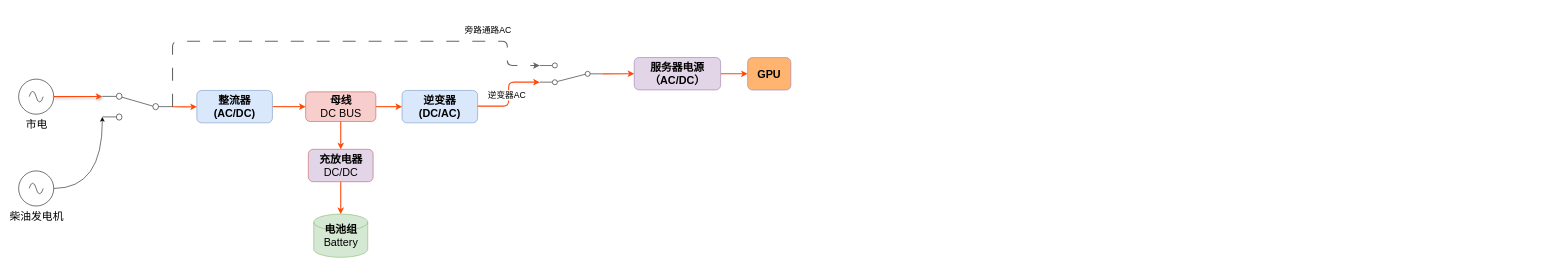
The draw.io diagram page "数据中心工作模式-SST-DC" (8 of 8) of SST系统软件架构.drawio in gscaszhou/Graph, before the edit. Source tidied: cells renumbered, new cells numbered last; positions are measured from the earlier drawing's top-left corner, leaving out a move shared by most shapes. Both pictures are drawn from the tidied source at 54%, with x=0, y=0 at pixel (18, 41). Pictures stored in the file or linked from it are replaced by grey dashed boxes.
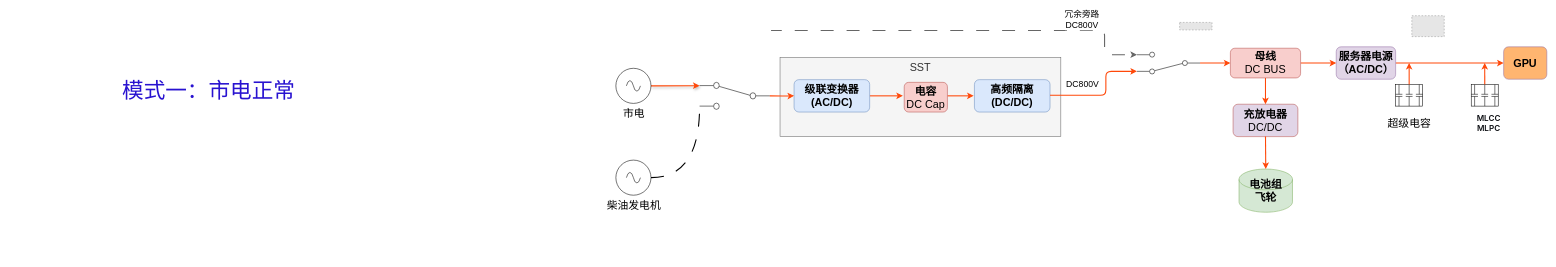
After the change.

The edit, as a diff of the source:
```diff
@@
-    <mxCell id="2" style="group;" parent="1" vertex="1">
-      <mxGeometry width="1430" height="400" as="geometry" />
-    </mxCell>
-    <mxCell id="3" style="edgeStyle=none;rounded=0;jettySize=auto;html=1;exitX=1;exitY=0.5;exitDx=0;exitDy=0;entryX=0;entryY=0.5;entryDx=0;entryDy=0;strokeWidth=2;strokeColor=#FF4809;flowAnimation=1;" parent="2" edge="1" source="4" target="23">
-      <mxGeometry relative="1" as="geometry" />
-    </mxCell>
-    <mxCell id="4" value="&lt;b&gt;&lt;font style=&quot;font-size: 20px;&quot;&gt;整流器 (AC/DC)&lt;/font&gt;&lt;/b&gt;" style="rounded=1;whiteSpace=wrap;html=1;fillColor=#dae8fc;strokeColor=#6c8ebf;html=1;" parent="2" vertex="1">
-      <mxGeometry x="330" y="91" width="140" height="60" as="geometry" />
-    </mxCell>
-    <mxCell id="5" value="&lt;b&gt;&lt;font style=&quot;font-size: 20px;&quot;&gt;逆变器 (DC/AC)&lt;/font&gt;&lt;/b&gt;" style="rounded=1;whiteSpace=wrap;html=1;fillColor=#dae8fc;strokeColor=#6c8ebf;html=1;" parent="2" vertex="1">
-      <mxGeometry x="710" y="91" width="140" height="60" as="geometry" />
-    </mxCell>
+    <mxCell id="25" value="&lt;font&gt;SST&lt;/font&gt;" style="whiteSpace=wrap;html=1;fillColor=#f5f5f5;fontColor=#333333;strokeColor=#666666;verticalAlign=top;fontSize=20;" parent="1" vertex="1">
+      <mxGeometry x="1410" y="30" width="520" height="146.5" as="geometry" />
+    </mxCell>
+    <mxCell id="26" value="&lt;font style=&quot;font-size: 40px;&quot;&gt;模式一：市电正常&lt;/font&gt;" style="text;html=1;whiteSpace=wrap;strokeColor=none;fillColor=none;align=left;verticalAlign=middle;rounded=0;labelBackgroundColor=default;textShadow=0;fontColor=#2812D0;" parent="1" vertex="1">
+      <mxGeometry x="190" y="56" width="640" height="70" as="geometry" />
+    </mxCell>
+    <mxCell id="27" style="edgeStyle=none;rounded=0;jettySize=auto;html=1;exitX=1;exitY=0.5;exitDx=0;exitDy=0;entryX=0;entryY=0.5;entryDx=0;entryDy=0;strokeWidth=2;strokeColor=#FF4809;flowAnimation=1;" parent="1" edge="1" source="28">
+      <mxGeometry relative="1" as="geometry">
+        <mxPoint x="1637.5" y="101" as="targetPoint" />
+      </mxGeometry>
+    </mxCell>
+    <mxCell id="28" value="&lt;b&gt;&lt;font style=&quot;font-size: 20px;&quot;&gt;级联变换器 (AC/DC)&lt;/font&gt;&lt;/b&gt;" style="rounded=1;whiteSpace=wrap;html=1;fillColor=#dae8fc;strokeColor=#6c8ebf;html=1;" parent="1" vertex="1">
+      <mxGeometry x="1436" y="71" width="140" height="60" as="geometry" />
+    </mxCell>
+    <mxCell id="29" value="&lt;b&gt;&lt;font style=&quot;font-size: 20px;&quot;&gt;高频隔离 (DC/DC)&lt;/font&gt;&lt;/b&gt;" style="rounded=1;whiteSpace=wrap;html=1;fillColor=#dae8fc;strokeColor=#6c8ebf;html=1;" parent="1" vertex="1">
+      <mxGeometry x="1770" y="71" width="140" height="60" as="geometry" />
+    </mxCell>
-    <mxCell id="6" style="edgeStyle=none;rounded=0;jettySize=auto;html=1;exitX=1;exitY=0.5;exitDx=0;exitDy=0;entryX=0;entryY=0.5;entryDx=0;entryDy=0;strokeWidth=2;strokeColor=#FF4809;flowAnimation=1;" parent="2" edge="1" source="7" target="17">
+    <mxCell id="6" style="edgeStyle=none;rounded=0;jettySize=auto;html=1;exitX=1;exitY=0.5;exitDx=0;exitDy=0;entryX=0;entryY=0.5;entryDx=0;entryDy=0;strokeWidth=2;strokeColor=#FF4809;flowAnimation=1;" parent="1" edge="1" source="7" target="17">
       <mxGeometry relative="1" as="geometry" />
     </mxCell>
-    <mxCell id="7" value="&lt;b&gt;&lt;font style=&quot;font-size: 20px;&quot;&gt;服务器电源（AC/DC）&lt;/font&gt;&lt;/b&gt;" style="rounded=1;whiteSpace=wrap;html=1;fillColor=#e1d5e7;strokeColor=#9673a6;html=1;" parent="2" vertex="1">
-      <mxGeometry x="1140" y="30" width="160" height="60" as="geometry" />
+    <mxCell id="7" value="&lt;b&gt;&lt;font style=&quot;font-size: 20px;&quot;&gt;服务器电源（AC/DC）&lt;/font&gt;&lt;/b&gt;" style="rounded=1;whiteSpace=wrap;html=1;fillColor=#e1d5e7;strokeColor=#9673a6;html=1;" parent="1" vertex="1">
+      <mxGeometry x="2440" y="10.2" width="110" height="60" as="geometry" />
     </mxCell>
-    <mxCell id="8" value="&lt;font style=&quot;font-size: 16px;&quot;&gt;旁路通路AC&lt;/font&gt;" style="edgeStyle=orthogonalEdgeStyle;rounded=1;html=1;strokeWidth=2;strokeColor=#666666;entryX=1;entryY=0.88;entryDx=0;entryDy=0;exitX=0;exitY=0.5;exitDx=0;exitDy=0;dashed=1;dashPattern=12 12;" parent="2" edge="1" target="15">
-      <mxGeometry x="0.67" y="20" relative="1" as="geometry">
-        <mxPoint x="285" y="121.1" as="sourcePoint" />
-        <Array as="points">
-          <mxPoint x="285" />
-          <mxPoint x="905" />
-          <mxPoint x="905" y="44.9" />
-        </Array>
-        <mxPoint x="-1" as="offset" />
-      </mxGeometry>
-    </mxCell>
-    <mxCell id="9" value="&lt;font style=&quot;font-size: 16px;&quot;&gt;逆变器AC&lt;/font&gt;" style="edgeStyle=orthogonalEdgeStyle;rounded=1;html=1;strokeWidth=2;entryX=1;entryY=0.12;entryDx=0;entryDy=0;flowAnimation=1;strokeColor=#FF4809;" parent="2" edge="1" source="5" target="15">
-      <mxGeometry x="-0.32" y="20" relative="1" as="geometry">
-        <Array as="points">
-          <mxPoint x="907.4" y="120" />
-        </Array>
-      </mxGeometry>
-    </mxCell>
-    <mxCell id="10" style="edgeStyle=orthogonalEdgeStyle;rounded=0;jettySize=auto;html=1;exitX=1;exitY=0.5;exitDx=0;exitDy=0;exitPerimeter=0;entryX=1;entryY=0.88;entryDx=0;entryDy=0;curved=1;flowAnimation=1;shadow=1;strokeWidth=2;strokeColor=#FF4809;" parent="2" edge="1" source="11">
-      <mxGeometry relative="1" as="geometry">
-        <mxPoint x="155" y="102.1" as="targetPoint" />
-      </mxGeometry>
-    </mxCell>
+    <mxCell id="30" value="&lt;font style=&quot;font-size: 16px;&quot;&gt;冗余旁路&lt;/font&gt;&lt;div&gt;&lt;font style=&quot;font-size: 16px;&quot;&gt;DC800V&lt;/font&gt;&lt;/div&gt;" style="edgeStyle=orthogonalEdgeStyle;rounded=1;html=1;strokeWidth=2;strokeColor=#666666;entryX=1;entryY=0.88;entryDx=0;entryDy=0;dashed=1;dashPattern=12 12;" parent="1" edge="1" target="35">
+      <mxGeometry x="0.6" y="20" relative="1" as="geometry">
+        <mxPoint x="1400" y="-20" as="sourcePoint" />
+        <Array as="points">
+          <mxPoint x="1391" y="-20" />
+          <mxPoint x="2011" y="-20" />
+          <mxPoint x="2011" y="24.9" />
+        </Array>
+      </mxGeometry>
+    </mxCell>
+    <mxCell id="31" value="&lt;span style=&quot;font-size: 16px;&quot;&gt;DC800V&lt;/span&gt;" style="edgeStyle=orthogonalEdgeStyle;rounded=1;html=1;strokeWidth=2;entryX=1;entryY=0.12;entryDx=0;entryDy=0;flowAnimation=1;strokeColor=#FF4809;" parent="1" edge="1" source="29" target="35">
+      <mxGeometry x="-0.42" y="20" relative="1" as="geometry">
+        <Array as="points">
+          <mxPoint x="2013.4" y="100" />
+        </Array>
+      </mxGeometry>
+    </mxCell>
+    <mxCell id="32" style="edgeStyle=orthogonalEdgeStyle;rounded=0;jettySize=auto;html=1;exitX=1;exitY=0.5;exitDx=0;exitDy=0;exitPerimeter=0;entryX=1;entryY=0.88;entryDx=0;entryDy=0;curved=1;flowAnimation=1;shadow=1;strokeWidth=2;strokeColor=#FF4809;" parent="1" edge="1" source="11">
+      <mxGeometry relative="1" as="geometry">
+        <mxPoint x="1261" y="82.1" as="targetPoint" />
+      </mxGeometry>
+    </mxCell>
-    <mxCell id="11" value="市电" style="verticalLabelPosition=bottom;shadow=0;dashed=0;align=center;html=1;verticalAlign=top;shape=mxgraph.electrical.signal_sources.source;points=[[0.5,0,0],[1,0.5,0],[0.5,1,0],[0,0.5,0]];elSignalType=ac;fontSize=20;" parent="2" vertex="1">
-      <mxGeometry y="70" width="65" height="65" as="geometry" />
+    <mxCell id="11" value="市电" style="verticalLabelPosition=bottom;shadow=0;dashed=0;align=center;html=1;verticalAlign=top;shape=mxgraph.electrical.signal_sources.source;points=[[0.5,0,0],[1,0.5,0],[0.5,1,0],[0,0.5,0]];elSignalType=ac;fontSize=20;" parent="1" vertex="1">
+      <mxGeometry x="1106" y="50" width="65" height="65" as="geometry" />
     </mxCell>
-    <mxCell id="12" style="edgeStyle=orthogonalEdgeStyle;rounded=0;jettySize=auto;html=1;exitX=1;exitY=0.5;exitDx=0;exitDy=0;exitPerimeter=0;entryX=1;entryY=0.12;entryDx=0;entryDy=0;curved=1;" parent="2" edge="1" source="13">
-      <mxGeometry relative="1" as="geometry">
-        <mxPoint x="155" y="140.1" as="targetPoint" />
-      </mxGeometry>
-    </mxCell>
+    <mxCell id="33" style="edgeStyle=orthogonalEdgeStyle;rounded=0;jettySize=auto;html=1;exitX=1;exitY=0.5;exitDx=0;exitDy=0;exitPerimeter=0;entryX=1;entryY=0.12;entryDx=0;entryDy=0;curved=1;strokeWidth=2;dashed=1;dashPattern=12 12;endArrow=none;endFill=0;" parent="1" edge="1" source="13">
+      <mxGeometry relative="1" as="geometry">
+        <mxPoint x="1261" y="120.1" as="targetPoint" />
+      </mxGeometry>
+    </mxCell>
-    <mxCell id="13" value="&lt;font style=&quot;font-size: 20px;&quot;&gt;柴油发电机&lt;/font&gt;" style="verticalLabelPosition=bottom;shadow=0;dashed=0;align=center;html=1;verticalAlign=top;shape=mxgraph.electrical.signal_sources.source;points=[[0.5,0,0],[1,0.5,0],[0.5,1,0],[0,0.5,0]];elSignalType=ac;" parent="2" vertex="1">
-      <mxGeometry y="240" width="65" height="65" as="geometry" />
+    <mxCell id="13" value="&lt;font style=&quot;font-size: 20px;&quot;&gt;柴油发电机&lt;/font&gt;" style="verticalLabelPosition=bottom;shadow=0;dashed=0;align=center;html=1;verticalAlign=top;shape=mxgraph.electrical.signal_sources.source;points=[[0.5,0,0],[1,0.5,0],[0.5,1,0],[0,0.5,0]];elSignalType=ac;" parent="1" vertex="1">
+      <mxGeometry x="1106" y="220" width="65" height="65" as="geometry" />
     </mxCell>
-    <mxCell id="14" style="edgeStyle=none;rounded=0;jettySize=auto;html=1;exitX=0;exitY=0.5;exitDx=0;exitDy=0;entryX=0;entryY=0.5;entryDx=0;entryDy=0;flowAnimation=1;strokeWidth=2;strokeColor=#FF4809;" parent="2" edge="1" source="15" target="7">
-      <mxGeometry relative="1" as="geometry" />
-    </mxCell>
-    <mxCell id="15" style="html=1;shape=mxgraph.electrical.electro-mechanical.twoWaySwitch;elSwitchState=2;direction=west;" parent="2" vertex="1">
-      <mxGeometry x="965" y="40" width="116.8" height="40.5" as="geometry" />
-    </mxCell>
-    <mxCell id="16" style="edgeStyle=orthogonalEdgeStyle;rounded=0;jettySize=auto;html=1;exitX=0;exitY=0.5;exitDx=0;exitDy=0;entryX=0;entryY=0.5;entryDx=0;entryDy=0;curved=1;strokeWidth=2;flowAnimation=1;strokeColor=#FF4809;" parent="2" edge="1" target="4">
-      <mxGeometry relative="1" as="geometry">
-        <mxPoint x="285" y="121.1" as="sourcePoint" />
-      </mxGeometry>
-    </mxCell>
+    <mxCell id="34" style="edgeStyle=none;rounded=0;jettySize=auto;html=1;exitX=0;exitY=0.5;exitDx=0;exitDy=0;entryX=0;entryY=0.5;entryDx=0;entryDy=0;flowAnimation=1;strokeWidth=2;strokeColor=#FF4809;" parent="1" edge="1" source="35" target="23">
+      <mxGeometry relative="1" as="geometry" />
+    </mxCell>
+    <mxCell id="35" style="html=1;shape=mxgraph.electrical.electro-mechanical.twoWaySwitch;elSwitchState=2;direction=west;" parent="1" vertex="1">
+      <mxGeometry x="2071" y="20" width="116.8" height="40.5" as="geometry" />
+    </mxCell>
+    <mxCell id="36" style="edgeStyle=orthogonalEdgeStyle;rounded=0;jettySize=auto;html=1;exitX=0;exitY=0.5;exitDx=0;exitDy=0;entryX=0;entryY=0.5;entryDx=0;entryDy=0;curved=1;strokeWidth=2;flowAnimation=1;strokeColor=#FF4809;" parent="1" edge="1" target="28">
+      <mxGeometry relative="1" as="geometry">
+        <mxPoint x="1391" y="101.1" as="sourcePoint" />
+      </mxGeometry>
+    </mxCell>
-    <mxCell id="17" value="&lt;b&gt;&lt;font style=&quot;font-size: 20px;&quot;&gt;GPU&lt;/font&gt;&lt;/b&gt;" style="rounded=1;whiteSpace=wrap;html=1;fillColor=#FFB570;strokeColor=#9673a6;html=1;" parent="2" vertex="1">
-      <mxGeometry x="1350" y="30.2" width="80" height="60" as="geometry" />
+    <mxCell id="17" value="&lt;b&gt;&lt;font style=&quot;font-size: 20px;&quot;&gt;GPU&lt;/font&gt;&lt;/b&gt;" style="rounded=1;whiteSpace=wrap;html=1;fillColor=#FFB570;strokeColor=#9673a6;html=1;" parent="1" vertex="1">
+      <mxGeometry x="2750" y="10.2" width="80" height="60" as="geometry" />
     </mxCell>
-    <mxCell id="18" style="html=1;shape=mxgraph.electrical.electro-mechanical.twoWaySwitch;elSwitchState=2;direction=west;flipV=1;legacyAnchorPoints=0;" parent="2" vertex="1">
-      <mxGeometry x="155" y="96" width="130" height="50" as="geometry" />
-    </mxCell>
-    <mxCell id="19" value="&lt;font style=&quot;font-size: 20px;&quot;&gt;&lt;b&gt;电池组&lt;/b&gt;&lt;br&gt;Battery&lt;/font&gt;" style="shape=cylinder3;whiteSpace=wrap;html=1;fillColor=#d5e8d4;strokeColor=#82b366;" parent="2" vertex="1">
-      <mxGeometry x="546.5" y="320" width="100" height="80" as="geometry" />
-    </mxCell>
+    <mxCell id="37" style="html=1;shape=mxgraph.electrical.electro-mechanical.twoWaySwitch;elSwitchState=2;direction=west;flipV=1;legacyAnchorPoints=0;" parent="1" vertex="1">
+      <mxGeometry x="1261" y="76" width="130" height="50" as="geometry" />
+    </mxCell>
+    <mxCell id="38" style="edgeStyle=none;rounded=0;orthogonalLoop=1;jettySize=auto;html=1;exitX=1;exitY=0.5;exitDx=0;exitDy=0;strokeWidth=2;strokeColor=#FF4809;flowAnimation=1;" parent="1" edge="1">
+      <mxGeometry relative="1" as="geometry">
+        <mxPoint x="1720" y="101" as="sourcePoint" />
+        <mxPoint x="1768.5" y="101" as="targetPoint" />
+      </mxGeometry>
+    </mxCell>
+    <mxCell id="39" value="&lt;font style=&quot;font-size: 20px;&quot;&gt;&lt;b&gt;电池组&lt;/b&gt;&lt;/font&gt;&lt;div&gt;&lt;font style=&quot;font-size: 20px;&quot;&gt;&lt;b&gt;飞轮&lt;/b&gt;&lt;br&gt;&lt;/font&gt;&lt;/div&gt;" style="shape=cylinder3;whiteSpace=wrap;html=1;fillColor=#d5e8d4;strokeColor=#82b366;size=19.250083923339844;" parent="1" vertex="1">
+      <mxGeometry x="2260" y="236.5" width="99" height="80" as="geometry" />
+    </mxCell>
-    <mxCell id="20" value="&lt;font style=&quot;font-size: 20px;&quot;&gt;&lt;b&gt;充放电器&lt;/b&gt;&lt;br&gt;DC/DC&lt;/font&gt;" style="rounded=1;whiteSpace=wrap;html=1;fillColor=#e1d5e7;strokeColor=#b85450;" parent="2" vertex="1">
-      <mxGeometry x="536.5" y="200" width="120" height="60" as="geometry" />
+    <mxCell id="20" value="&lt;font style=&quot;font-size: 20px;&quot;&gt;&lt;b&gt;充放电器&lt;/b&gt;&lt;br&gt;DC/DC&lt;/font&gt;" style="rounded=1;whiteSpace=wrap;html=1;fillColor=#e1d5e7;strokeColor=#b85450;" parent="1" vertex="1">
+      <mxGeometry x="2249" y="116.5" width="120" height="60" as="geometry" />
     </mxCell>
-    <mxCell id="21" style="edgeStyle=none;rounded=0;jettySize=auto;html=1;exitX=1;exitY=0.5;exitDx=0;exitDy=0;entryX=0;entryY=0.5;entryDx=0;entryDy=0;strokeWidth=2;strokeColor=#FF4809;flowAnimation=1;" parent="2" edge="1" source="23" target="5">
-      <mxGeometry relative="1" as="geometry" />
-    </mxCell>
-    <mxCell id="22" style="edgeStyle=none;rounded=0;jettySize=auto;html=1;exitX=0.5;exitY=1;exitDx=0;exitDy=0;entryX=0.5;entryY=0;entryDx=0;entryDy=0;strokeWidth=2;strokeColor=#FF4809;flowAnimation=1;" parent="2" edge="1" source="23" target="20">
+    <mxCell id="22" style="edgeStyle=none;rounded=0;jettySize=auto;html=1;exitX=0.5;exitY=1;exitDx=0;exitDy=0;entryX=0.5;entryY=0;entryDx=0;entryDy=0;strokeWidth=2;strokeColor=#FF4809;flowAnimation=1;" parent="1" edge="1" source="23" target="20">
       <mxGeometry relative="1" as="geometry" />
     </mxCell>
+    <mxCell id="40" style="edgeStyle=none;rounded=0;jettySize=auto;html=1;exitX=1;exitY=0.5;exitDx=0;exitDy=0;entryX=0;entryY=0.5;entryDx=0;entryDy=0;strokeColor=#FF4809;strokeWidth=2;align=center;verticalAlign=middle;fontFamily=Helvetica;fontSize=11;fontColor=default;labelBackgroundColor=default;endArrow=classic;flowAnimation=1;" parent="1" edge="1" source="23" target="7">
+      <mxGeometry relative="1" as="geometry" />
+    </mxCell>
-    <mxCell id="23" value="&lt;font style=&quot;font-size: 20px;&quot;&gt;&lt;b&gt;母线&lt;/b&gt;&lt;br&gt;DC BUS&lt;/font&gt;" style="rounded=1;whiteSpace=wrap;html=1;fillColor=#f8cecc;strokeColor=#b85450;" parent="2" vertex="1">
-      <mxGeometry x="531.5" y="93.5" width="130" height="55" as="geometry" />
+    <mxCell id="23" value="&lt;font style=&quot;font-size: 20px;&quot;&gt;&lt;b&gt;母线&lt;/b&gt;&lt;br&gt;DC BUS&lt;/font&gt;" style="rounded=1;whiteSpace=wrap;html=1;fillColor=#f8cecc;strokeColor=#b85450;" parent="1" vertex="1">
+      <mxGeometry x="2244" y="12.8" width="130" height="55" as="geometry" />
     </mxCell>
-    <mxCell id="24" style="edgeStyle=none;rounded=0;jettySize=auto;html=1;exitX=0.5;exitY=1;exitDx=0;exitDy=0;entryX=0.5;entryY=0;entryDx=0;entryDy=0;entryPerimeter=0;strokeWidth=2;strokeColor=#FF4809;flowAnimation=1;" parent="2" edge="1" source="20" target="19">
-      <mxGeometry relative="1" as="geometry" />
-    </mxCell>
+    <mxCell id="41" style="edgeStyle=none;rounded=0;jettySize=auto;html=1;exitX=0.5;exitY=1;exitDx=0;exitDy=0;entryX=0.5;entryY=0;entryDx=0;entryDy=0;entryPerimeter=0;strokeWidth=2;strokeColor=#FF4809;flowAnimation=1;" parent="1" edge="1" source="20" target="39">
+      <mxGeometry relative="1" as="geometry" />
+    </mxCell>
+    <mxCell id="42" value="&lt;font style=&quot;font-size: 20px;&quot;&gt;&lt;b&gt;电容&lt;/b&gt;&lt;br&gt;DC Cap&lt;/font&gt;" style="rounded=1;whiteSpace=wrap;html=1;fillColor=#f8cecc;strokeColor=#b85450;" parent="1" vertex="1">
+      <mxGeometry x="1640" y="76" width="80" height="55" as="geometry" />
+    </mxCell>
+    <mxCell id="43" style="group;strokeColor=default;" parent="1" vertex="1">
+      <mxGeometry x="2550" y="80.2" width="50" height="39.8" as="geometry" />
+    </mxCell>
+    <mxCell id="44" style="edgeStyle=none;rounded=0;jettySize=auto;html=1;exitX=0;exitY=0.5;exitDx=0;exitDy=0;exitPerimeter=0;strokeColor=#FF4809;strokeWidth=2;align=center;verticalAlign=middle;fontFamily=Helvetica;fontSize=11;fontColor=default;labelBackgroundColor=default;endArrow=classic;flowAnimation=1;flowAnimationDuration=250;" parent="43" edge="1" source="45">
+      <mxGeometry relative="1" as="geometry">
+        <mxPoint x="25" y="-40.2" as="targetPoint" />
+      </mxGeometry>
+    </mxCell>
+    <mxCell id="45" style="verticalLabelPosition=bottom;shadow=0;dashed=0;align=center;html=1;verticalAlign=top;shape=mxgraph.electrical.capacitors.capacitor_1;direction=south;" parent="43" vertex="1">
+      <mxGeometry x="18.8" width="12.5" height="39.8" as="geometry" />
+    </mxCell>
+    <mxCell id="46" style="verticalLabelPosition=bottom;shadow=0;dashed=0;align=center;html=1;verticalAlign=top;shape=mxgraph.electrical.capacitors.capacitor_1;direction=south;" parent="43" vertex="1">
+      <mxGeometry x="37.5" width="12.5" height="39.8" as="geometry" />
+    </mxCell>
+    <mxCell id="47" style="verticalLabelPosition=bottom;shadow=0;dashed=0;align=center;html=1;verticalAlign=top;shape=mxgraph.electrical.capacitors.capacitor_1;direction=south;" parent="43" vertex="1">
+      <mxGeometry width="12.5" height="39.8" as="geometry" />
+    </mxCell>
+    <mxCell id="48" value="&lt;font style=&quot;font-size: 20px;&quot;&gt;超级电容&lt;/font&gt;" style="text;html=1;whiteSpace=wrap;strokeColor=none;fillColor=none;align=center;verticalAlign=middle;rounded=0;" parent="1" vertex="1">
+      <mxGeometry x="2532.5" y="131" width="85" height="39" as="geometry" />
+    </mxCell>
+    <mxCell id="49" style="fillColor=#E6E6E6;strokeColor=#999999;dashed=1;verticalLabelPosition=bottom;labelBackgroundColor=default;verticalAlign=top;" parent="1" vertex="1">
+      <mxGeometry x="2580" y="-47.4" width="60" height="38.7" as="geometry" />
+    </mxCell>
+    <mxCell id="50" style="fillColor=#E6E6E6;strokeColor=#999999;dashed=1;verticalLabelPosition=bottom;labelBackgroundColor=default;verticalAlign=top;" parent="1" vertex="1">
+      <mxGeometry x="2150" y="-35" width="60" height="13.9" as="geometry" />
+    </mxCell>
+    <mxCell id="51" style="group;strokeColor=default;" parent="1" vertex="1">
+      <mxGeometry x="2690" y="80.2" width="50" height="39.8" as="geometry" />
+    </mxCell>
+    <mxCell id="52" style="edgeStyle=none;rounded=0;jettySize=auto;html=1;exitX=0;exitY=0.5;exitDx=0;exitDy=0;exitPerimeter=0;strokeColor=#FF4809;strokeWidth=2;align=center;verticalAlign=middle;fontFamily=Helvetica;fontSize=11;fontColor=default;labelBackgroundColor=default;endArrow=classic;flowAnimation=1;flowAnimationDuration=100;" parent="51" edge="1" source="53">
+      <mxGeometry relative="1" as="geometry">
+        <mxPoint x="25" y="-40.2" as="targetPoint" />
+      </mxGeometry>
+    </mxCell>
+    <mxCell id="53" style="verticalLabelPosition=bottom;shadow=0;dashed=0;align=center;html=1;verticalAlign=top;shape=mxgraph.electrical.capacitors.capacitor_1;direction=south;" parent="51" vertex="1">
+      <mxGeometry x="18.8" width="12.5" height="39.8" as="geometry" />
+    </mxCell>
+    <mxCell id="54" style="verticalLabelPosition=bottom;shadow=0;dashed=0;align=center;html=1;verticalAlign=top;shape=mxgraph.electrical.capacitors.capacitor_1;direction=south;" parent="51" vertex="1">
+      <mxGeometry x="37.5" width="12.5" height="39.8" as="geometry" />
+    </mxCell>
+    <mxCell id="55" style="verticalLabelPosition=bottom;shadow=0;dashed=0;align=center;html=1;verticalAlign=top;shape=mxgraph.electrical.capacitors.capacitor_1;direction=south;" parent="51" vertex="1">
+      <mxGeometry width="12.5" height="39.8" as="geometry" />
+    </mxCell>
+    <mxCell id="56" value="&lt;span style=&quot;font-weight: 600; color: rgb(15, 17, 21); font-family: quote-cjk-patch, Inter, system-ui, -apple-system, BlinkMacSystemFont, &amp;quot;Segoe UI&amp;quot;, Roboto, Oxygen, Ubuntu, Cantarell, &amp;quot;Open Sans&amp;quot;, &amp;quot;Helvetica Neue&amp;quot;, sans-serif; font-size: 15px; text-align: start; background-color: rgb(255, 255, 255);&quot;&gt;&lt;span class=&quot;&quot;&gt;MLCC&lt;/span&gt;&lt;/span&gt;&lt;br&gt;&lt;div&gt;&lt;span style=&quot;font-weight: 600; color: rgb(15, 17, 21); font-family: quote-cjk-patch, Inter, system-ui, -apple-system, BlinkMacSystemFont, &amp;quot;Segoe UI&amp;quot;, Roboto, Oxygen, Ubuntu, Cantarell, &amp;quot;Open Sans&amp;quot;, &amp;quot;Helvetica Neue&amp;quot;, sans-serif; font-size: 15px; text-align: start; background-color: rgb(255, 255, 255);&quot;&gt;&lt;span class=&quot;&quot;&gt;MLPC&lt;/span&gt;&lt;/span&gt;&lt;/div&gt;" style="text;html=1;whiteSpace=wrap;strokeColor=none;fillColor=none;align=center;verticalAlign=middle;rounded=0;" parent="1" vertex="1">
+      <mxGeometry x="2680" y="131" width="85" height="39" as="geometry" />
+    </mxCell>
```
